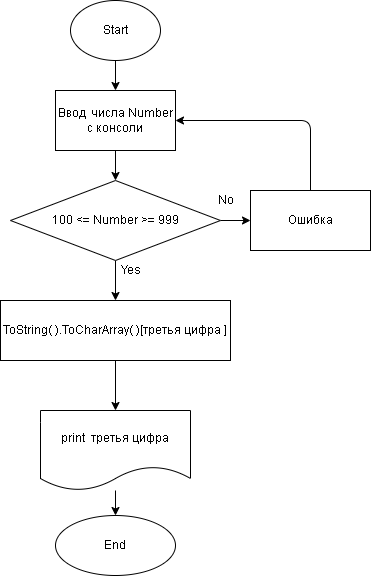
This is HomeWork02/Ex02/diagram.drawio.png from Den-m1985/CSharpProgect, a draw.io export, as it was before one commit. Source tidied: cells renumbered, new cells last; positions are measured from the earlier drawing's top-left corner, leaving out a move shared by most shapes.
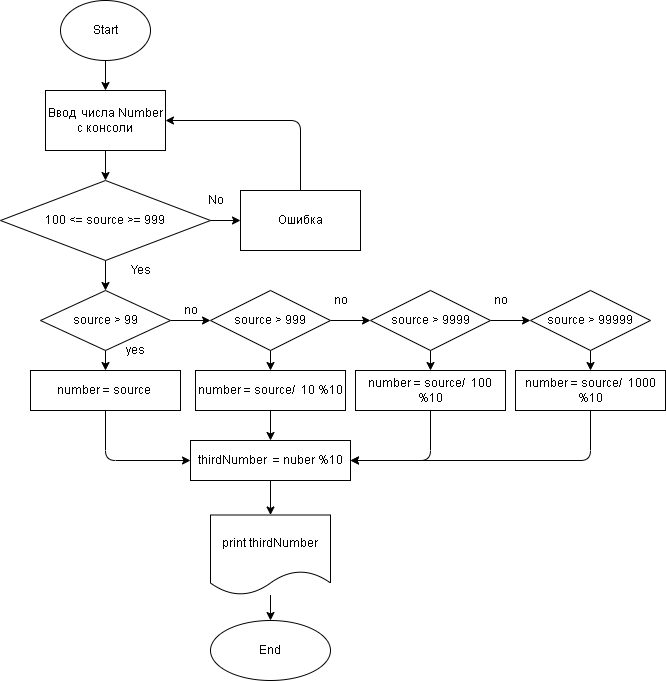
The same file after the commit.

Commit message:
Сделал 2 задачу

What changed in the source:
```diff
@@ -11,10 +11,10 @@
     <mxCell id="4" style="edgeStyle=none;html=1;" parent="1" edge="1" source="6" target="8">
       <mxGeometry relative="1" as="geometry" />
     </mxCell>
-    <mxCell id="5" style="edgeStyle=none;html=1;" parent="1" edge="1" source="6" target="11">
-      <mxGeometry relative="1" as="geometry" />
-    </mxCell>
+    <mxCell id="18" style="edgeStyle=none;html=1;" parent="1" edge="1" source="6" target="10">
+      <mxGeometry relative="1" as="geometry" />
+    </mxCell>
-    <mxCell id="6" value="100 &amp;lt;= Number &amp;gt;= 999" style="rhombus;whiteSpace=wrap;html=1;" parent="1" vertex="1">
+    <mxCell id="6" value="100 &amp;lt;= source &amp;gt;= 999" style="rhombus;whiteSpace=wrap;html=1;" parent="1" vertex="1">
       <mxGeometry x="10" y="180" width="210" height="80" as="geometry" />
     </mxCell>
     <mxCell id="7" style="edgeStyle=none;html=1;entryX=1;entryY=0.5;entryDx=0;entryDy=0;" parent="1" edge="1" source="8">
@@ -31,29 +31,110 @@
     <mxCell id="9" value="No" style="text;html=1;align=center;verticalAlign=middle;strokeColor=none;fillColor=none;" parent="1" vertex="1">
       <mxGeometry x="210" y="190" width="30" height="20" as="geometry" />
     </mxCell>
-    <mxCell id="10" style="edgeStyle=none;html=1;entryX=0.5;entryY=0;entryDx=0;entryDy=0;" parent="1" edge="1" source="11" target="14">
-      <mxGeometry relative="1" as="geometry" />
-    </mxCell>
-    <mxCell id="11" value="ToString( ).ToCharArray( )[третья цифра ]" style="whiteSpace=wrap;html=1;" parent="1" vertex="1">
-      <mxGeometry y="300" width="230" height="60" as="geometry" />
-    </mxCell>
     <mxCell id="12" value="Yes" style="text;html=1;align=center;verticalAlign=middle;strokeColor=none;fillColor=none;" parent="1" vertex="1">
-      <mxGeometry x="110" y="260" width="40" height="20" as="geometry" />
+      <mxGeometry x="130" y="260" width="40" height="20" as="geometry" />
     </mxCell>
-    <mxCell id="13" style="edgeStyle=none;html=1;" parent="1" edge="1" source="14" target="17">
-      <mxGeometry relative="1" as="geometry" />
-    </mxCell>
-    <mxCell id="14" value="print&amp;nbsp; третья цифра" style="shape=document;whiteSpace=wrap;html=1;boundedLbl=1;" parent="1" vertex="1">
-      <mxGeometry x="40" y="410" width="150" height="80" as="geometry" />
-    </mxCell>
     <mxCell id="15" style="edgeStyle=none;html=1;entryX=0.5;entryY=0;entryDx=0;entryDy=0;" parent="1" edge="1" source="16" target="6">
       <mxGeometry relative="1" as="geometry" />
     </mxCell>
     <mxCell id="16" value="Ввод&amp;nbsp; числа Number&lt;br&gt;с консоли" style="whiteSpace=wrap;html=1;" parent="1" vertex="1">
       <mxGeometry x="55" y="90" width="120" height="60" as="geometry" />
     </mxCell>
+    <mxCell id="19" style="edgeStyle=none;html=1;" parent="1" edge="1" source="10" target="22">
+      <mxGeometry relative="1" as="geometry" />
+    </mxCell>
+    <mxCell id="20" style="edgeStyle=none;html=1;" parent="1" edge="1" source="10" target="26">
+      <mxGeometry relative="1" as="geometry" />
+    </mxCell>
+    <mxCell id="10" value="source &amp;gt; 99" style="rhombus;whiteSpace=wrap;html=1;" parent="1" vertex="1">
+      <mxGeometry x="50" y="290" width="130" height="60" as="geometry" />
+    </mxCell>
+    <mxCell id="21" style="edgeStyle=none;html=1;entryX=0;entryY=0.5;entryDx=0;entryDy=0;" parent="1" edge="1" source="22" target="42">
+      <mxGeometry relative="1" as="geometry">
+        <Array as="points">
+          <mxPoint x="115" y="460" />
+        </Array>
+      </mxGeometry>
+    </mxCell>
+    <mxCell id="22" value="number = source&amp;nbsp;" style="whiteSpace=wrap;html=1;" parent="1" vertex="1">
+      <mxGeometry x="40" y="370" width="150" height="40" as="geometry" />
+    </mxCell>
+    <mxCell id="23" value="yes" style="text;html=1;align=center;verticalAlign=middle;strokeColor=none;fillColor=none;" parent="1" vertex="1">
+      <mxGeometry x="130" y="340" width="30" height="20" as="geometry" />
+    </mxCell>
+    <mxCell id="24" style="edgeStyle=none;html=1;" parent="1" edge="1" source="26" target="30">
+      <mxGeometry relative="1" as="geometry" />
+    </mxCell>
+    <mxCell id="25" style="edgeStyle=none;html=1;" parent="1" edge="1" source="26" target="36">
+      <mxGeometry relative="1" as="geometry" />
+    </mxCell>
+    <mxCell id="26" value="&lt;span&gt;source &amp;gt; 999&lt;/span&gt;" style="rhombus;whiteSpace=wrap;html=1;" parent="1" vertex="1">
+      <mxGeometry x="220" y="290" width="120" height="60" as="geometry" />
+    </mxCell>
+    <mxCell id="27" value="no" style="text;html=1;align=center;verticalAlign=middle;strokeColor=none;fillColor=none;" parent="1" vertex="1">
+      <mxGeometry x="185" y="300" width="30" height="20" as="geometry" />
+    </mxCell>
+    <mxCell id="28" style="edgeStyle=none;html=1;" parent="1" edge="1" source="30" target="32">
+      <mxGeometry relative="1" as="geometry" />
+    </mxCell>
+    <mxCell id="29" style="edgeStyle=none;html=1;entryX=0.5;entryY=0;entryDx=0;entryDy=0;" parent="1" edge="1" source="30" target="38">
+      <mxGeometry relative="1" as="geometry" />
+    </mxCell>
+    <mxCell id="30" value="&lt;span&gt;source &amp;gt; 9999&lt;/span&gt;" style="rhombus;whiteSpace=wrap;html=1;" parent="1" vertex="1">
+      <mxGeometry x="380" y="290" width="120" height="60" as="geometry" />
+    </mxCell>
+    <mxCell id="31" style="edgeStyle=none;html=1;entryX=0.5;entryY=0;entryDx=0;entryDy=0;" parent="1" edge="1" source="32" target="40">
+      <mxGeometry relative="1" as="geometry" />
+    </mxCell>
+    <mxCell id="32" value="&lt;span&gt;source &amp;gt; 99999&lt;/span&gt;" style="rhombus;whiteSpace=wrap;html=1;" parent="1" vertex="1">
+      <mxGeometry x="540" y="290" width="120" height="60" as="geometry" />
+    </mxCell>
+    <mxCell id="33" value="no" style="text;html=1;align=center;verticalAlign=middle;strokeColor=none;fillColor=none;" parent="1" vertex="1">
+      <mxGeometry x="335" y="290" width="30" height="20" as="geometry" />
+    </mxCell>
+    <mxCell id="34" value="no" style="text;html=1;align=center;verticalAlign=middle;strokeColor=none;fillColor=none;" parent="1" vertex="1">
+      <mxGeometry x="495" y="290" width="30" height="20" as="geometry" />
+    </mxCell>
+    <mxCell id="35" style="edgeStyle=none;html=1;" parent="1" edge="1" source="36" target="42">
+      <mxGeometry relative="1" as="geometry" />
+    </mxCell>
+    <mxCell id="36" value="number = source/&amp;nbsp; 10 %10" style="whiteSpace=wrap;html=1;" parent="1" vertex="1">
+      <mxGeometry x="205" y="370" width="150" height="40" as="geometry" />
+    </mxCell>
+    <mxCell id="37" style="edgeStyle=none;html=1;entryX=1;entryY=0.5;entryDx=0;entryDy=0;" parent="1" edge="1" source="38" target="42">
+      <mxGeometry relative="1" as="geometry">
+        <Array as="points">
+          <mxPoint x="440" y="460" />
+        </Array>
+      </mxGeometry>
+    </mxCell>
+    <mxCell id="38" value="number = source/&amp;nbsp; 100 %10" style="whiteSpace=wrap;html=1;" parent="1" vertex="1">
+      <mxGeometry x="365" y="370" width="150" height="40" as="geometry" />
+    </mxCell>
+    <mxCell id="39" style="edgeStyle=none;html=1;entryX=1;entryY=0.5;entryDx=0;entryDy=0;" parent="1" edge="1" source="40" target="42">
+      <mxGeometry relative="1" as="geometry">
+        <Array as="points">
+          <mxPoint x="600" y="460" />
+        </Array>
+      </mxGeometry>
+    </mxCell>
+    <mxCell id="40" value="number = source/&amp;nbsp; 1000 %10" style="whiteSpace=wrap;html=1;" parent="1" vertex="1">
+      <mxGeometry x="525" y="370" width="150" height="40" as="geometry" />
+    </mxCell>
+    <mxCell id="41" style="edgeStyle=none;html=1;" parent="1" edge="1" source="42" target="44">
+      <mxGeometry relative="1" as="geometry" />
+    </mxCell>
+    <mxCell id="42" value="thirdNumber&amp;nbsp; = nuber %10" style="whiteSpace=wrap;html=1;" parent="1" vertex="1">
+      <mxGeometry x="200" y="440" width="160" height="40" as="geometry" />
+    </mxCell>
+    <mxCell id="43" style="edgeStyle=none;html=1;" parent="1" edge="1" source="44" target="17">
+      <mxGeometry relative="1" as="geometry" />
+    </mxCell>
+    <mxCell id="44" value="print thirdNumber" style="shape=document;whiteSpace=wrap;html=1;boundedLbl=1;" parent="1" vertex="1">
+      <mxGeometry x="220" y="514.5" width="120" height="80" as="geometry" />
+    </mxCell>
     <mxCell id="17" value="End" style="ellipse;whiteSpace=wrap;html=1;" parent="1" vertex="1">
-      <mxGeometry x="55" y="515" width="120" height="60" as="geometry" />
+      <mxGeometry x="220" y="620" width="120" height="60" as="geometry" />
     </mxCell>
   </root>
 </mxGraphModel>
```
